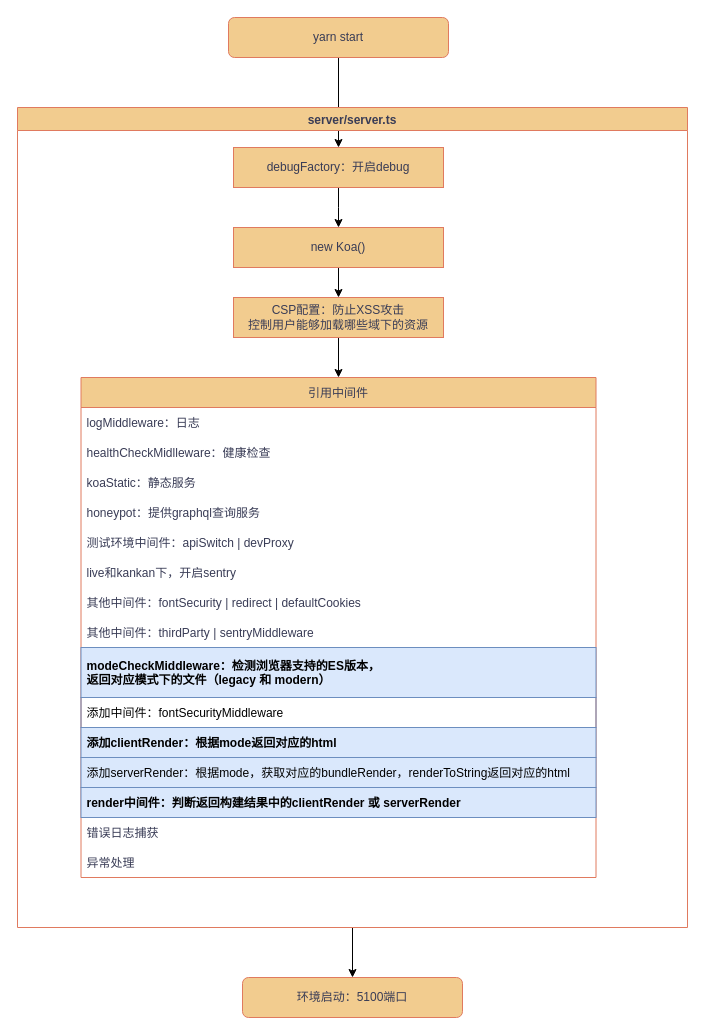
The draw.io diagram page "第 4 页" (4 of 4) of graph-project.drawio in freshhan163/baiduAcademy, before the edit. Source tidied: cells renumbered, new cells numbered last; positions are measured from the earlier drawing's top-left corner, leaving out a move shared by most shapes. Both pictures are drawn from the tidied source at 100%, with x=0, y=0 at pixel (17, 17).
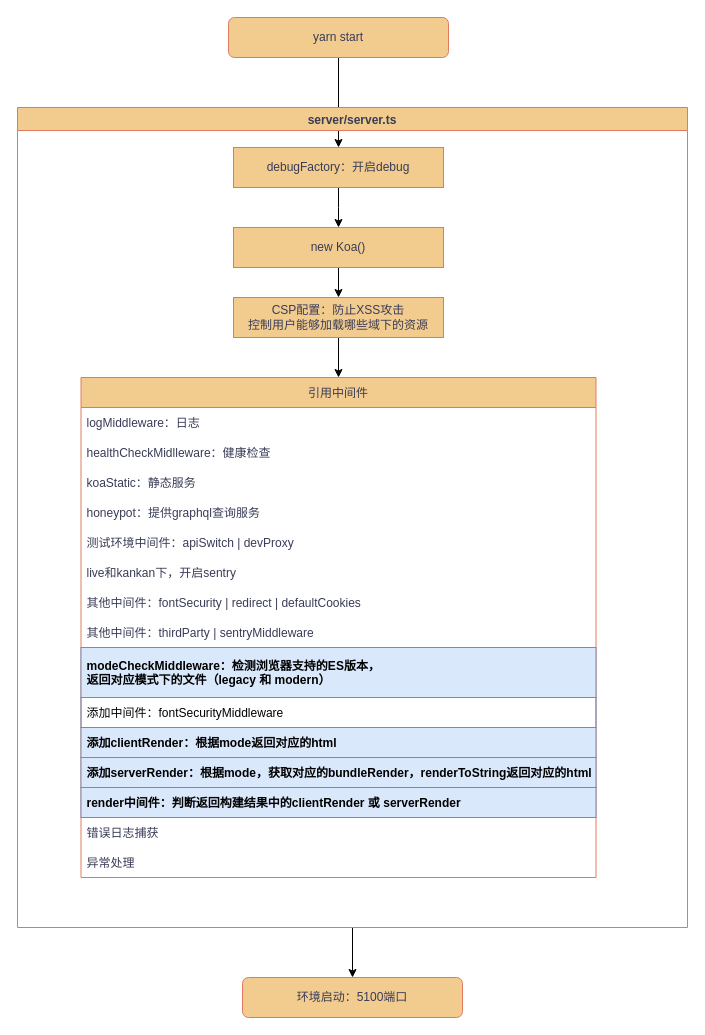
Above is the later version.

The change refers to these unchanged cells:
```xml
<mxCell id="12" value="引用中间件" style="swimlane;fontStyle=0;horizontal=1;startSize=30;rounded=0;sketch=0;fontColor=#393C56;strokeColor=#E07A5F;fillColor=#F2CC8F;" parent="5" vertex="1">
  <mxGeometry x="63.5" y="270" width="515" height="500" as="geometry" />
</mxCell>
```

The edit, as a diff of the source:
```diff
@@
-    <mxCell id="24" value="添加serverRender：根据mode，获取对应的bundleRender，renderToString返回对应的html" style="text;strokeColor=#6c8ebf;fillColor=#dae8fc;align=left;verticalAlign=middle;spacingLeft=4;spacingRight=4;overflow=hidden;rounded=0;sketch=0;" parent="12" vertex="1">
+    <mxCell id="24" value="添加serverRender：根据mode，获取对应的bundleRender，renderToString返回对应的html" style="text;strokeColor=#6c8ebf;fillColor=#dae8fc;align=left;verticalAlign=middle;spacingLeft=4;spacingRight=4;overflow=hidden;rounded=0;sketch=0;fontStyle=1;" parent="12" vertex="1">
       <mxGeometry y="380" width="515" height="30" as="geometry" />
     </mxCell>
```
